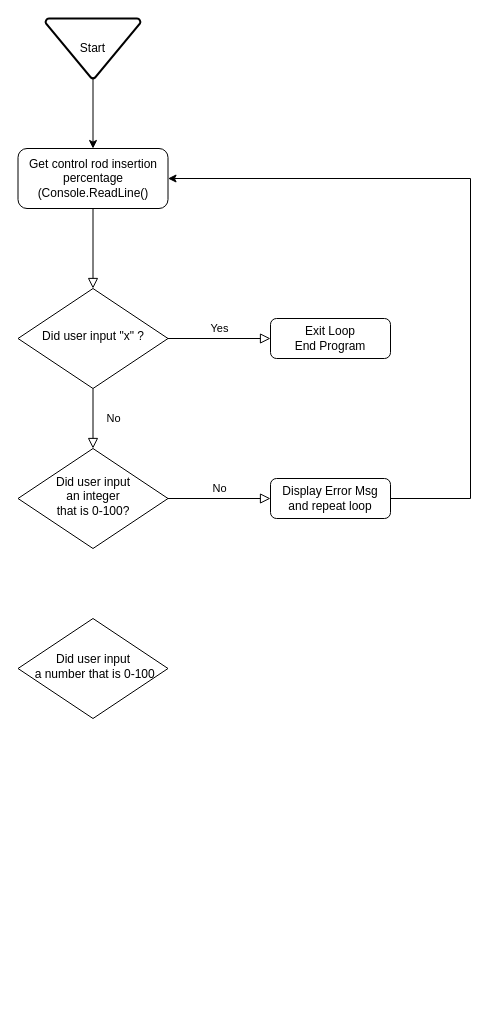
This is Untitled Diagram.drawio from DoctorSquishy/SS13_Modular_Reactor, a draw.io file, before an edit. Source tidied: cells renumbered, new cells numbered last; positions are measured from the earlier drawing's top-left corner, leaving out a move shared by most shapes. Both pictures are drawn from the tidied source at 100%, with x=0, y=0 at pixel (18, 18).
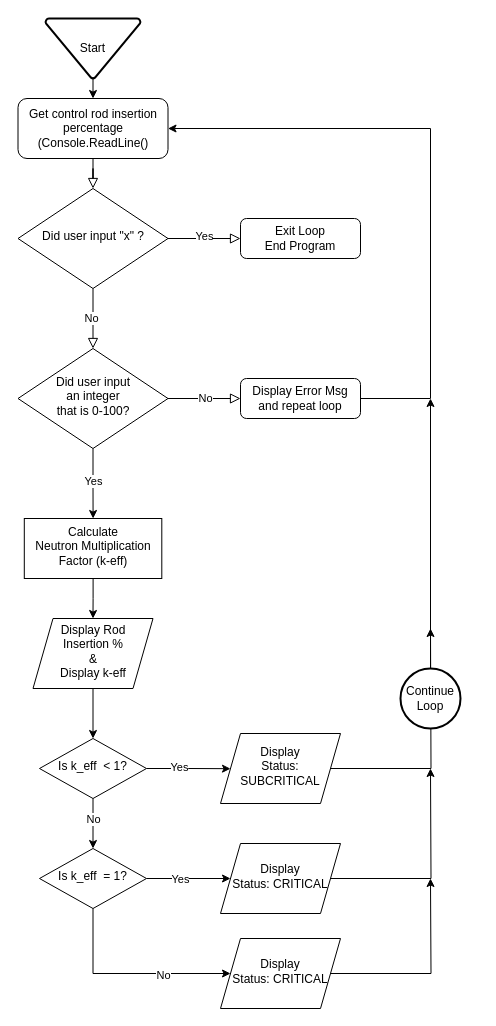
Above is the later version.

Diff of the diagram source:
```diff
@@
     <mxCell id="3" value="Get control rod insertion percentage (Console.ReadLine()" style="rounded=1;whiteSpace=wrap;html=1;fontSize=12;glass=0;strokeWidth=1;shadow=0;" parent="1" vertex="1">
-      <mxGeometry x="-0.5" y="130" width="150" height="60" as="geometry" />
+      <mxGeometry x="-0.5" y="80" width="150" height="60" as="geometry" />
     </mxCell>
-    <mxCell id="4" value="No" style="rounded=0;html=1;jettySize=auto;fontSize=11;endArrow=block;endFill=0;endSize=8;strokeWidth=1;shadow=0;labelBackgroundColor=none;edgeStyle=orthogonalEdgeStyle;" parent="1" edge="1" source="6" target="9">
-      <mxGeometry y="20" relative="1" as="geometry" />
+    <mxCell id="4" style="rounded=0;html=1;jettySize=auto;fontSize=11;endArrow=block;endFill=0;endSize=8;strokeWidth=1;shadow=0;labelBackgroundColor=none;edgeStyle=orthogonalEdgeStyle;" parent="1" edge="1" source="6" target="9">
+      <mxGeometry relative="1" as="geometry" />
     </mxCell>
+    <mxCell id="15" value="No" style="edgeLabel;html=1;align=center;verticalAlign=middle;" parent="4" vertex="1">
+      <mxGeometry x="-0.02" y="-2" relative="1" as="geometry" />
+    </mxCell>
-    <mxCell id="5" value="Yes" style="edgeStyle=orthogonalEdgeStyle;rounded=0;html=1;jettySize=auto;fontSize=11;endArrow=block;endFill=0;endSize=8;strokeWidth=1;shadow=0;labelBackgroundColor=none;" parent="1" edge="1" source="6" target="7">
+    <mxCell id="5" style="edgeStyle=orthogonalEdgeStyle;rounded=0;html=1;jettySize=auto;fontSize=11;endArrow=block;endFill=0;endSize=8;strokeWidth=1;shadow=0;labelBackgroundColor=none;" parent="1" edge="1" source="6" target="7">
       <mxGeometry y="10" relative="1" as="geometry" />
     </mxCell>
+    <mxCell id="16" value="Yes" style="edgeLabel;html=1;align=center;verticalAlign=middle;" parent="5" vertex="1">
+      <mxGeometry x="-0.01" y="3" relative="1" as="geometry" />
+    </mxCell>
     <mxCell id="6" value="Did user input &quot;x&quot; ?" style="rhombus;whiteSpace=wrap;html=1;shadow=0;fontFamily=Helvetica;fontSize=12;align=center;strokeWidth=1;spacing=6;spacingTop=-4;" parent="1" vertex="1">
-      <mxGeometry x="-0.5" y="270" width="150" height="100" as="geometry" />
+      <mxGeometry x="-0.5" y="170" width="150" height="100" as="geometry" />
     </mxCell>
     <mxCell id="7" value="&lt;div&gt;Exit Loop&lt;/div&gt;&lt;div&gt;End Program&lt;/div&gt;" style="rounded=1;whiteSpace=wrap;html=1;fontSize=12;glass=0;strokeWidth=1;shadow=0;" parent="1" vertex="1">
-      <mxGeometry x="252" y="300" width="120" height="40" as="geometry" />
+      <mxGeometry x="222" y="200" width="120" height="40" as="geometry" />
     </mxCell>
-    <mxCell id="8" value="No" style="edgeStyle=orthogonalEdgeStyle;rounded=0;html=1;jettySize=auto;fontSize=11;endArrow=block;endFill=0;endSize=8;strokeWidth=1;shadow=0;labelBackgroundColor=none;" parent="1" edge="1" source="9" target="11">
-      <mxGeometry y="10" relative="1" as="geometry" />
+    <mxCell id="8" style="edgeStyle=orthogonalEdgeStyle;rounded=0;html=1;jettySize=auto;fontSize=11;endArrow=block;endFill=0;endSize=8;strokeWidth=1;shadow=0;labelBackgroundColor=none;" parent="1" edge="1" source="9" target="11">
+      <mxGeometry x="0.01" y="10" relative="1" as="geometry" />
     </mxCell>
+    <mxCell id="17" value="&lt;div&gt;No&lt;/div&gt;" style="edgeLabel;html=1;align=center;verticalAlign=middle;" parent="8" vertex="1">
+      <mxGeometry x="0.01" y="1" relative="1" as="geometry" />
+    </mxCell>
+    <mxCell id="18" style="edgeStyle=orthogonalEdgeStyle;rounded=0;jettySize=auto;html=1;" parent="1" edge="1" source="9" target="21">
+      <mxGeometry relative="1" as="geometry" />
+    </mxCell>
+    <mxCell id="19" value="Yes" style="edgeLabel;html=1;align=center;verticalAlign=middle;" parent="18" vertex="1">
+      <mxGeometry x="-0.08" y="1" relative="1" as="geometry">
+        <mxPoint x="-1" as="offset" />
+      </mxGeometry>
+    </mxCell>
     <mxCell id="9" value="&lt;div&gt;Did user input&lt;/div&gt;&lt;div&gt;&amp;nbsp;an integer&amp;nbsp;&lt;/div&gt;&lt;div&gt;that is 0-100?&lt;/div&gt;" style="rhombus;whiteSpace=wrap;html=1;shadow=0;fontFamily=Helvetica;fontSize=12;align=center;strokeWidth=1;spacing=6;spacingTop=-4;" parent="1" vertex="1">
-      <mxGeometry x="-0.5" y="430" width="150" height="100" as="geometry" />
+      <mxGeometry x="-0.5" y="330" width="150" height="100" as="geometry" />
     </mxCell>
     <mxCell id="10" style="edgeStyle=orthogonalEdgeStyle;rounded=0;jettySize=auto;html=1;exitX=1;exitY=0.5;exitDx=0;exitDy=0;entryX=1;entryY=0.5;entryDx=0;entryDy=0;" parent="1" edge="1" source="11" target="3">
       <mxGeometry relative="1" as="geometry">
         <Array as="points">
-          <mxPoint x="452" y="480" />
-          <mxPoint x="452" y="160" />
+          <mxPoint x="412" y="380" />
+          <mxPoint x="412" y="110" />
         </Array>
       </mxGeometry>
     </mxCell>
     <mxCell id="11" value="Display Error Msg and repeat loop" style="rounded=1;whiteSpace=wrap;html=1;fontSize=12;glass=0;strokeWidth=1;shadow=0;" parent="1" vertex="1">
-      <mxGeometry x="252" y="460" width="120" height="40" as="geometry" />
+      <mxGeometry x="222" y="360" width="120" height="40" as="geometry" />
     </mxCell>
@@
-    <mxCell id="14" value="&lt;div&gt;Did user input&lt;/div&gt;&lt;div&gt;&amp;nbsp;a number that is 0-100&lt;/div&gt;" style="rhombus;whiteSpace=wrap;html=1;shadow=0;fontFamily=Helvetica;fontSize=12;align=center;strokeWidth=1;spacing=6;spacingTop=-4;" parent="1" vertex="1">
-      <mxGeometry x="-0.5" y="600" width="150" height="100" as="geometry" />
-    </mxCell>
+    <mxCell id="20" style="edgeStyle=orthogonalEdgeStyle;rounded=0;jettySize=auto;html=1;" parent="1" edge="1" source="21" target="23">
+      <mxGeometry relative="1" as="geometry" />
+    </mxCell>
+    <mxCell id="21" value="&lt;div&gt;Calculate&lt;/div&gt;&lt;div&gt;Neutron Multiplication Factor (k-eff)&lt;/div&gt;" style="whiteSpace=wrap;html=1;shadow=0;strokeWidth=1;spacing=6;spacingTop=-4;" parent="1" vertex="1">
+      <mxGeometry x="5.8" y="500" width="137.5" height="60" as="geometry" />
+    </mxCell>
+    <mxCell id="22" style="edgeStyle=orthogonalEdgeStyle;rounded=0;jettySize=auto;html=1;exitX=0.5;exitY=1;exitDx=0;exitDy=0;entryX=0.5;entryY=0;entryDx=0;entryDy=0;" parent="1" edge="1" source="23" target="33">
+      <mxGeometry relative="1" as="geometry" />
+    </mxCell>
+    <mxCell id="23" value="&lt;div&gt;Display Rod Insertion %&lt;/div&gt;&lt;div&gt;&amp;amp;&lt;/div&gt;&lt;div&gt;Display k-eff&lt;/div&gt;" style="shape=parallelogram;perimeter=parallelogramPerimeter;whiteSpace=wrap;html=1;fixedSize=1;shadow=0;strokeWidth=1;spacing=6;spacingTop=-4;" parent="1" vertex="1">
+      <mxGeometry x="14.5" y="600" width="120" height="70" as="geometry" />
+    </mxCell>
+    <mxCell id="24" style="edgeStyle=orthogonalEdgeStyle;rounded=0;jettySize=auto;html=1;exitX=1;exitY=0.5;exitDx=0;exitDy=0;entryX=0;entryY=0.5;entryDx=0;entryDy=0;" parent="1" edge="1" source="28" target="37">
+      <mxGeometry relative="1" as="geometry" />
+    </mxCell>
+    <mxCell id="25" value="Yes" style="edgeLabel;html=1;align=center;verticalAlign=middle;" parent="24" vertex="1">
+      <mxGeometry x="-0.49" y="1" relative="1" as="geometry">
+        <mxPoint x="12" y="1" as="offset" />
+      </mxGeometry>
+    </mxCell>
+    <mxCell id="26" style="edgeStyle=orthogonalEdgeStyle;rounded=0;jettySize=auto;html=1;exitX=0.5;exitY=1;exitDx=0;exitDy=0;entryX=0;entryY=0.5;entryDx=0;entryDy=0;" parent="1" edge="1" source="28" target="39">
+      <mxGeometry relative="1" as="geometry">
+        <Array as="points">
+          <mxPoint x="75" y="955" />
+        </Array>
+      </mxGeometry>
+    </mxCell>
+    <mxCell id="27" value="No" style="edgeLabel;html=1;align=center;verticalAlign=middle;" parent="26" vertex="1">
+      <mxGeometry x="0.33" y="-1" relative="1" as="geometry" />
+    </mxCell>
+    <mxCell id="28" value="Is k_eff&amp;nbsp; = 1?" style="rhombus;whiteSpace=wrap;html=1;shadow=0;fontFamily=Helvetica;fontSize=12;align=center;strokeWidth=1;spacing=6;spacingTop=-4;" parent="1" vertex="1">
+      <mxGeometry x="21" y="830" width="107" height="60" as="geometry" />
+    </mxCell>
+    <mxCell id="29" style="edgeStyle=orthogonalEdgeStyle;rounded=0;jettySize=auto;html=1;exitX=1;exitY=0.5;exitDx=0;exitDy=0;" parent="1" edge="1" source="33">
+      <mxGeometry relative="1" as="geometry">
+        <mxPoint x="212" y="750.2" as="targetPoint" />
+      </mxGeometry>
+    </mxCell>
+    <mxCell id="30" value="Yes" style="edgeLabel;html=1;align=center;verticalAlign=middle;" parent="29" vertex="1">
+      <mxGeometry x="-0.24" y="2" relative="1" as="geometry" />
+    </mxCell>
+    <mxCell id="31" style="edgeStyle=orthogonalEdgeStyle;rounded=0;jettySize=auto;html=1;exitX=0.5;exitY=1;exitDx=0;exitDy=0;entryX=0.5;entryY=0;entryDx=0;entryDy=0;" parent="1" edge="1" source="33" target="28">
+      <mxGeometry relative="1" as="geometry" />
+    </mxCell>
+    <mxCell id="32" value="No" style="edgeLabel;html=1;align=center;verticalAlign=middle;" parent="31" vertex="1">
+      <mxGeometry x="-0.03" relative="1" as="geometry">
+        <mxPoint y="-4" as="offset" />
+      </mxGeometry>
+    </mxCell>
+    <mxCell id="33" value="Is k_eff&amp;nbsp; &amp;lt; 1?" style="rhombus;whiteSpace=wrap;html=1;shadow=0;fontFamily=Helvetica;fontSize=12;align=center;strokeWidth=1;spacing=6;spacingTop=-4;" parent="1" vertex="1">
+      <mxGeometry x="21" y="720" width="107" height="60" as="geometry" />
+    </mxCell>
+    <mxCell id="34" style="edgeStyle=orthogonalEdgeStyle;rounded=0;jettySize=auto;html=1;exitX=1;exitY=0.5;exitDx=0;exitDy=0;" parent="1" edge="1" source="35">
+      <mxGeometry relative="1" as="geometry">
+        <mxPoint x="412" y="610" as="targetPoint" />
+      </mxGeometry>
+    </mxCell>
+    <mxCell id="35" value="&lt;div&gt;Display&lt;/div&gt;&lt;div&gt;Status: SUBCRITICAL&lt;/div&gt;" style="shape=parallelogram;perimeter=parallelogramPerimeter;whiteSpace=wrap;html=1;fixedSize=1;shadow=0;strokeWidth=1;spacing=6;spacingTop=-4;" parent="1" vertex="1">
+      <mxGeometry x="202" y="715" width="120" height="70" as="geometry" />
+    </mxCell>
+    <mxCell id="36" style="edgeStyle=orthogonalEdgeStyle;rounded=0;jettySize=auto;html=1;exitX=1;exitY=0.5;exitDx=0;exitDy=0;" parent="1" edge="1" source="37">
+      <mxGeometry relative="1" as="geometry">
+        <mxPoint x="412" y="750" as="targetPoint" />
+      </mxGeometry>
+    </mxCell>
+    <mxCell id="37" value="&lt;div&gt;Display&lt;/div&gt;&lt;div&gt;Status: CRITICAL&lt;/div&gt;" style="shape=parallelogram;perimeter=parallelogramPerimeter;whiteSpace=wrap;html=1;fixedSize=1;shadow=0;strokeWidth=1;spacing=6;spacingTop=-4;" parent="1" vertex="1">
+      <mxGeometry x="202" y="825" width="120" height="70" as="geometry" />
+    </mxCell>
+    <mxCell id="38" style="edgeStyle=orthogonalEdgeStyle;rounded=0;jettySize=auto;html=1;exitX=1;exitY=0.5;exitDx=0;exitDy=0;" parent="1" edge="1" source="39">
+      <mxGeometry relative="1" as="geometry">
+        <mxPoint x="412" y="860" as="targetPoint" />
+      </mxGeometry>
+    </mxCell>
+    <mxCell id="39" value="&lt;div&gt;Display&lt;/div&gt;&lt;div&gt;Status: CRITICAL&lt;/div&gt;" style="shape=parallelogram;perimeter=parallelogramPerimeter;whiteSpace=wrap;html=1;fixedSize=1;shadow=0;strokeWidth=1;spacing=6;spacingTop=-4;" parent="1" vertex="1">
+      <mxGeometry x="202" y="920" width="120" height="70" as="geometry" />
+    </mxCell>
+    <mxCell id="40" style="edgeStyle=orthogonalEdgeStyle;rounded=0;jettySize=auto;html=1;exitX=0.5;exitY=0;exitDx=0;exitDy=0;exitPerimeter=0;" parent="1" edge="1" source="41">
+      <mxGeometry relative="1" as="geometry">
+        <mxPoint x="412" y="380" as="targetPoint" />
+      </mxGeometry>
+    </mxCell>
+    <mxCell id="41" value="Continue Loop" style="strokeWidth=2;html=1;shape=mxgraph.flowchart.start_2;whiteSpace=wrap;" parent="1" vertex="1">
+      <mxGeometry x="382" y="650" width="60" height="60" as="geometry" />
+    </mxCell>
```
